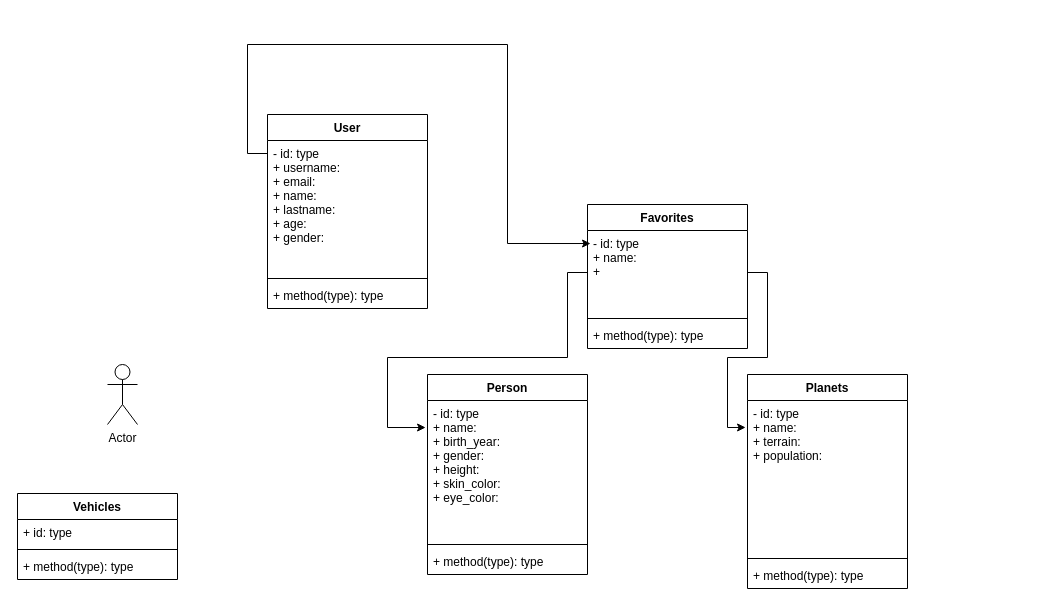
This is exercise-starwars-data-modeling.drawio from Johndbm/exercise-starwars-data-modeling, a draw.io file, before an edit. Source tidied: cells renumbered, new cells numbered last; positions are measured from the earlier drawing's top-left corner, leaving out a move shared by most shapes. Both pictures are drawn from the tidied source at 100%, with x=0, y=0 at pixel (17, 44).
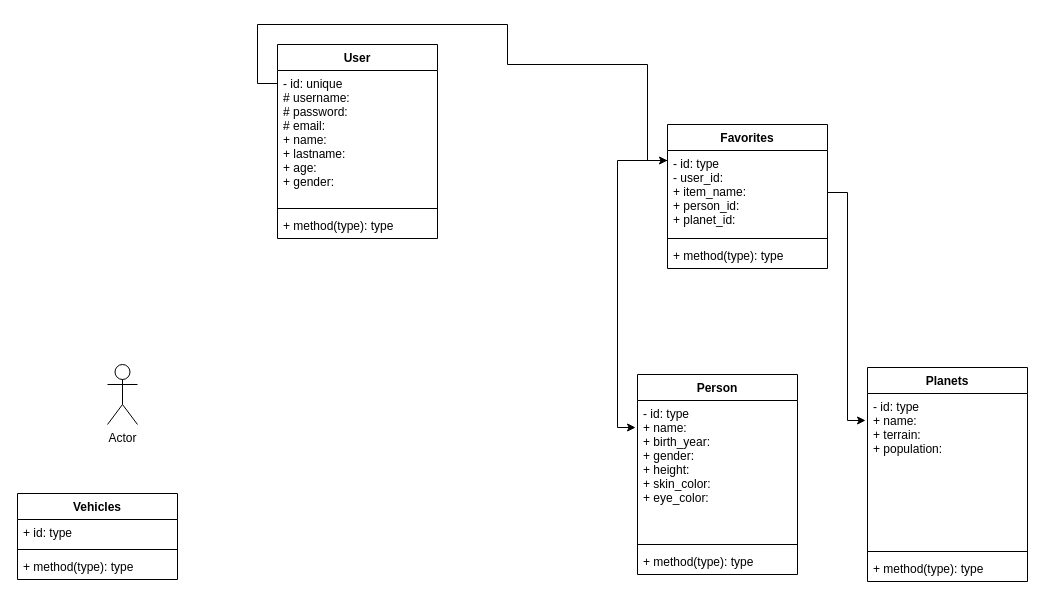
After the change.

The change refers to these unchanged cells:
```xml
<mxCell id="7" value="- id: type&#10;+ name: &#10;+ birth_year:&#10;+ gender:&#10;+ height:&#10;+ skin_color:&#10;+ eye_color:" style="text;strokeColor=none;fillColor=none;align=left;verticalAlign=top;spacingLeft=4;spacingRight=4;overflow=hidden;points=[[0,0.5],[1,0.5]];portConstraint=eastwest;" parent="6" vertex="1">
  <mxGeometry y="26" width="160" height="140" as="geometry" />
</mxCell>
```

Diff of the diagram source:
```diff
@@
     <mxCell id="2" value="Favorites" style="swimlane;fontStyle=1;align=center;verticalAlign=top;horizontal=1;startSize=26;" parent="1" vertex="1">
-      <mxGeometry x="570" y="160" width="160" height="144" as="geometry" />
+      <mxGeometry x="650" y="80" width="160" height="144" as="geometry" />
     </mxCell>
-    <mxCell id="3" value="- id: type&#10;+ name: &#10;+ &#10;" style="text;strokeColor=none;fillColor=none;align=left;verticalAlign=top;spacingLeft=4;spacingRight=4;overflow=hidden;points=[[0,0.5],[1,0.5]];portConstraint=eastwest;" parent="2" vertex="1">
+    <mxCell id="3" value="- id: type&#10;- user_id: &#10;+ item_name:&#10;+ person_id: &#10;+ planet_id: &#10;" style="text;strokeColor=none;fillColor=none;align=left;verticalAlign=top;spacingLeft=4;spacingRight=4;overflow=hidden;points=[[0,0.5],[1,0.5]];portConstraint=eastwest;" parent="2" vertex="1">
       <mxGeometry y="26" width="160" height="84" as="geometry" />
     </mxCell>
@@
     <mxCell id="6" value="Person" style="swimlane;fontStyle=1;align=center;verticalAlign=top;horizontal=1;startSize=26;" parent="1" vertex="1">
-      <mxGeometry x="410" y="330" width="160" height="200" as="geometry" />
+      <mxGeometry x="620" y="330" width="160" height="200" as="geometry" />
     </mxCell>
@@
     <mxCell id="10" value="Planets" style="swimlane;fontStyle=1;align=center;verticalAlign=top;horizontal=1;startSize=26;" parent="1" vertex="1">
-      <mxGeometry x="730" y="330" width="160" height="214" as="geometry" />
+      <mxGeometry x="850" y="323" width="160" height="214" as="geometry" />
     </mxCell>
@@
     <mxCell id="19" value="User" style="swimlane;fontStyle=1;align=center;verticalAlign=top;horizontal=1;startSize=26;" parent="1" vertex="1">
-      <mxGeometry x="250" y="70" width="160" height="194" as="geometry" />
+      <mxGeometry x="260" width="160" height="194" as="geometry" />
     </mxCell>
-    <mxCell id="20" value="- id: type&#10;+ username: &#10;+ email: &#10;+ name: &#10;+ lastname: &#10;+ age: &#10;+ gender: " style="text;strokeColor=none;fillColor=none;align=left;verticalAlign=top;spacingLeft=4;spacingRight=4;overflow=hidden;points=[[0,0.5],[1,0.5]];portConstraint=eastwest;" parent="19" vertex="1">
+    <mxCell id="20" value="- id: unique&#10;# username: &#10;# password: &#10;# email: &#10;+ name: &#10;+ lastname: &#10;+ age: &#10;+ gender: " style="text;strokeColor=none;fillColor=none;align=left;verticalAlign=top;spacingLeft=4;spacingRight=4;overflow=hidden;points=[[0,0.5],[1,0.5]];portConstraint=eastwest;" parent="19" vertex="1">
       <mxGeometry y="26" width="160" height="134" as="geometry" />
     </mxCell>
@@
-    <mxCell id="23" style="edgeStyle=orthogonalEdgeStyle;rounded=0;jettySize=auto;html=1;exitX=0;exitY=0.097;exitDx=0;exitDy=0;entryX=0.019;entryY=0.155;entryDx=0;entryDy=0;entryPerimeter=0;exitPerimeter=0;" parent="1" edge="1" source="20" target="3">
+    <mxCell id="23" style="edgeStyle=orthogonalEdgeStyle;rounded=0;jettySize=auto;html=1;exitX=0;exitY=0.097;exitDx=0;exitDy=0;exitPerimeter=0;entryX=0;entryY=0.25;entryDx=0;entryDy=0;" parent="1" edge="1" source="20" target="2">
       <mxGeometry relative="1" as="geometry">
         <Array as="points">
-          <mxPoint x="230" y="109" />
-          <mxPoint x="230" />
-          <mxPoint x="490" />
-          <mxPoint x="490" y="199" />
+          <mxPoint x="240" y="39" />
+          <mxPoint x="240" y="-20" />
+          <mxPoint x="490" y="-20" />
+          <mxPoint x="490" y="20" />
+          <mxPoint x="630" y="20" />
+          <mxPoint x="630" y="116" />
         </Array>
       </mxGeometry>
     </mxCell>
-    <mxCell id="24" style="edgeStyle=orthogonalEdgeStyle;rounded=0;jettySize=auto;html=1;exitX=0;exitY=0.5;exitDx=0;exitDy=0;entryX=-0.012;entryY=0.193;entryDx=0;entryDy=0;entryPerimeter=0;" parent="1" edge="1" source="3" target="7">
+    <mxCell id="24" style="edgeStyle=orthogonalEdgeStyle;rounded=0;jettySize=auto;html=1;entryX=-0.012;entryY=0.193;entryDx=0;entryDy=0;entryPerimeter=0;exitX=0;exitY=0.25;exitDx=0;exitDy=0;" parent="1" edge="1" source="2" target="7">
       <mxGeometry relative="1" as="geometry">
         <Array as="points">
-          <mxPoint x="550" y="228" />
-          <mxPoint x="550" y="313" />
-          <mxPoint x="370" y="313" />
-          <mxPoint x="370" y="383" />
+          <mxPoint x="600" y="116" />
+          <mxPoint x="600" y="383" />
         </Array>
       </mxGeometry>
     </mxCell>
```
